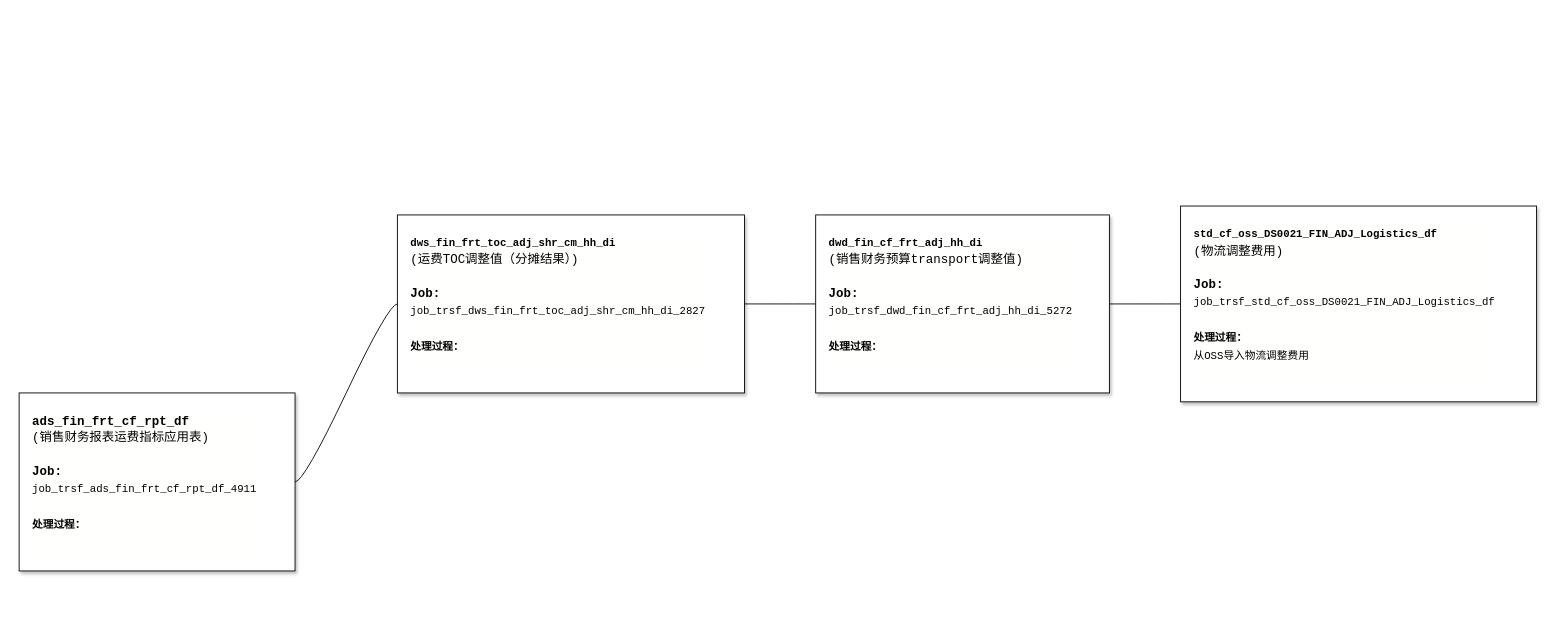
The draw.io diagram vitasoy-fin-frt.drawio in fsJerryChan/fsJerryChan, before the edit. Source tidied: cells renumbered, new cells numbered last; positions are measured from the earlier drawing's top-left corner, leaving out a move shared by most shapes. Both pictures are drawn from the tidied source at 89%, with x=0, y=0 at pixel (19, 206).
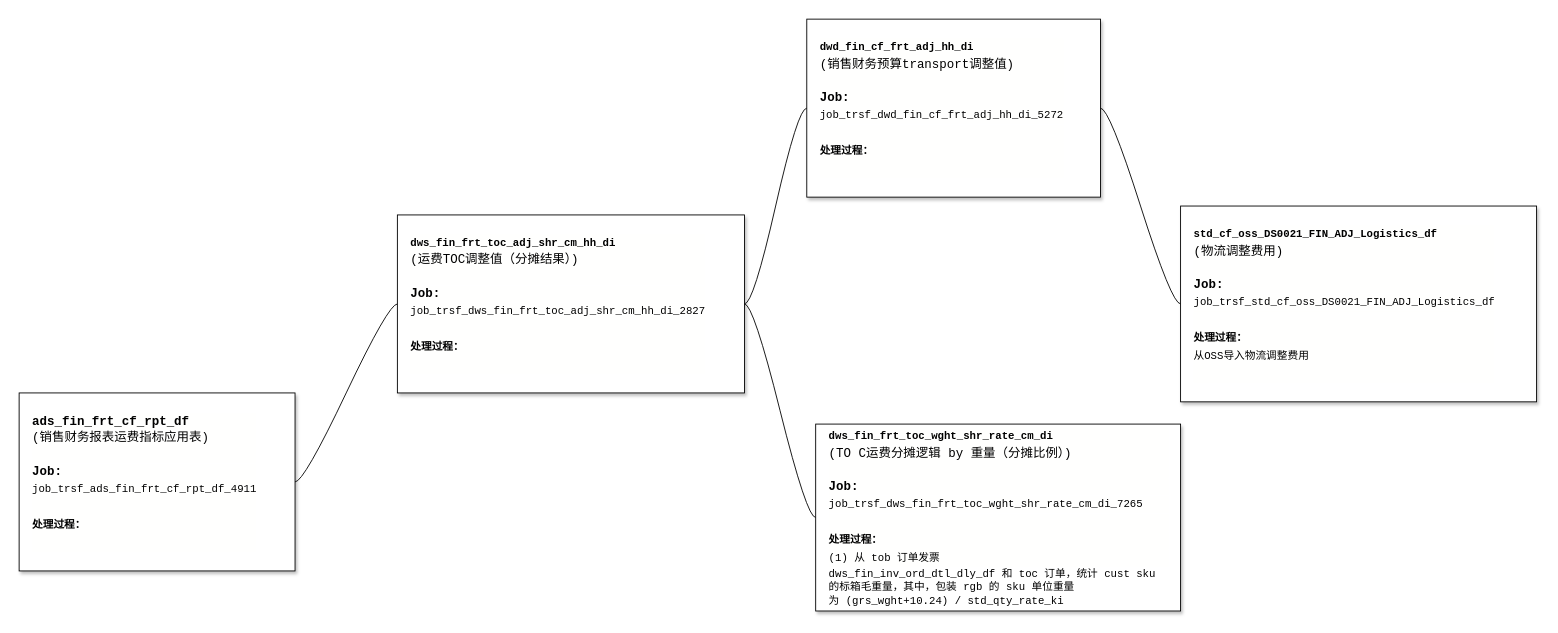
The same diagram, later.

Change to the diagram source:
```diff
@@
 <mxGraphModel>
   <root>
     <mxCell id="0" />
     <mxCell id="1" parent="0" />
     <mxCell id="2" style="edgeStyle=entityRelationEdgeStyle;rounded=0;jettySize=auto;html=1;startArrow=none;endArrow=none;segment=10;curved=1;sourcePerimeterSpacing=0;targetPerimeterSpacing=0;" parent="1" edge="1" source="3" target="5">
       <mxGeometry relative="1" as="geometry" />
     </mxCell>
     <mxCell id="3" value="&lt;div style=&quot;background-color: rgb(255, 255, 254); font-family: Consolas, &amp;quot;Courier New&amp;quot;, monospace; font-size: 14px; line-height: 19px;&quot;&gt;&lt;b&gt;ads_fin_frt_cf_rpt_df&lt;/b&gt;&lt;/div&gt;&lt;div style=&quot;background-color: rgb(255, 255, 254); font-family: Consolas, &amp;quot;Courier New&amp;quot;, monospace; font-size: 14px; line-height: 19px;&quot;&gt;(销售财务报表运费指标应用表)&lt;/div&gt;&lt;div style=&quot;background-color: rgb(255, 255, 254); font-family: Consolas, &amp;quot;Courier New&amp;quot;, monospace; font-size: 14px; line-height: 19px;&quot;&gt;&lt;br&gt;&lt;/div&gt;&lt;div style=&quot;background-color: rgb(255, 255, 254); font-family: Consolas, &amp;quot;Courier New&amp;quot;, monospace; font-size: 14px; line-height: 19px;&quot;&gt;&lt;b&gt;Job:&lt;/b&gt;&lt;/div&gt;&lt;div style=&quot;background-color: rgb(255, 255, 254); line-height: 19px;&quot;&gt;&lt;font face=&quot;Consolas, Courier New, monospace&quot;&gt;job_trsf_ads_fin_frt_cf_rpt_df_4911&lt;/font&gt;&lt;br&gt;&lt;/div&gt;&lt;div style=&quot;background-color: rgb(255, 255, 254); line-height: 19px;&quot;&gt;&lt;font face=&quot;Consolas, Courier New, monospace&quot;&gt;&lt;br&gt;&lt;/font&gt;&lt;/div&gt;&lt;div style=&quot;background-color: rgb(255, 255, 254); line-height: 19px;&quot;&gt;&lt;font face=&quot;Consolas, Courier New, monospace&quot;&gt;&lt;b&gt;处理过程：&lt;/b&gt;&lt;/font&gt;&lt;/div&gt;&lt;div style=&quot;background-color: rgb(255, 255, 254); line-height: 19px;&quot;&gt;&lt;font face=&quot;Consolas, Courier New, monospace&quot;&gt;&lt;br&gt;&lt;/font&gt;&lt;/div&gt;" style="whiteSpace=wrap;html=1;rounded=0;arcSize=50;align=left;verticalAlign=middle;strokeWidth=1;spacing=15;newEdgeStyle={&quot;edgeStyle&quot;:&quot;entityRelationEdgeStyle&quot;,&quot;startArrow&quot;:&quot;none&quot;,&quot;endArrow&quot;:&quot;none&quot;,&quot;segment&quot;:10,&quot;curved&quot;:1,&quot;sourcePerimeterSpacing&quot;:0,&quot;targetPerimeterSpacing&quot;:0};shadow=1;" parent="1" vertex="1">
       <mxGeometry y="210" width="310" height="200" as="geometry" />
     </mxCell>
     <mxCell id="4" style="edgeStyle=entityRelationEdgeStyle;rounded=0;jettySize=auto;html=1;startArrow=none;endArrow=none;segment=10;curved=1;sourcePerimeterSpacing=0;targetPerimeterSpacing=0;" parent="1" edge="1" source="5" target="7">
       <mxGeometry relative="1" as="geometry" />
     </mxCell>
+    <mxCell id="9" style="edgeStyle=entityRelationEdgeStyle;rounded=0;jettySize=auto;html=1;startArrow=none;endArrow=none;segment=10;curved=1;sourcePerimeterSpacing=0;targetPerimeterSpacing=0;" parent="1" edge="1" source="5" target="10">
+      <mxGeometry relative="1" as="geometry" />
+    </mxCell>
     <mxCell id="5" value="&lt;div style=&quot;background-color: rgb(255, 255, 254); line-height: 19px;&quot;&gt;&lt;font face=&quot;Consolas, Courier New, monospace&quot;&gt;&lt;b&gt;dws_fin_frt_toc_adj_shr_cm_hh_di&lt;/b&gt;&lt;/font&gt;&lt;br&gt;&lt;/div&gt;&lt;div style=&quot;background-color: rgb(255, 255, 254); font-family: Consolas, &amp;quot;Courier New&amp;quot;, monospace; font-size: 14px; line-height: 19px;&quot;&gt;(运费TOC调整值（分摊结果）)&lt;/div&gt;&lt;div style=&quot;background-color: rgb(255, 255, 254); font-family: Consolas, &amp;quot;Courier New&amp;quot;, monospace; font-size: 14px; line-height: 19px;&quot;&gt;&lt;br&gt;&lt;/div&gt;&lt;div style=&quot;background-color: rgb(255, 255, 254); font-family: Consolas, &amp;quot;Courier New&amp;quot;, monospace; font-size: 14px; line-height: 19px;&quot;&gt;&lt;b&gt;Job:&lt;/b&gt;&lt;/div&gt;&lt;div style=&quot;background-color: rgb(255, 255, 254); line-height: 19px;&quot;&gt;&lt;font face=&quot;Consolas, Courier New, monospace&quot;&gt;job_trsf_dws_fin_frt_toc_adj_shr_cm_hh_di_2827&lt;/font&gt;&lt;br&gt;&lt;/div&gt;&lt;div style=&quot;background-color: rgb(255, 255, 254); line-height: 19px;&quot;&gt;&lt;font face=&quot;Consolas, Courier New, monospace&quot;&gt;&lt;br&gt;&lt;/font&gt;&lt;/div&gt;&lt;div style=&quot;background-color: rgb(255, 255, 254); line-height: 19px;&quot;&gt;&lt;font face=&quot;Consolas, Courier New, monospace&quot;&gt;&lt;b&gt;处理过程：&lt;/b&gt;&lt;/font&gt;&lt;/div&gt;&lt;div style=&quot;background-color: rgb(255, 255, 254); line-height: 19px;&quot;&gt;&lt;font face=&quot;Consolas, Courier New, monospace&quot;&gt;&lt;br&gt;&lt;/font&gt;&lt;/div&gt;" style="whiteSpace=wrap;html=1;rounded=0;arcSize=50;align=left;verticalAlign=middle;strokeWidth=1;spacing=15;newEdgeStyle={&quot;edgeStyle&quot;:&quot;entityRelationEdgeStyle&quot;,&quot;startArrow&quot;:&quot;none&quot;,&quot;endArrow&quot;:&quot;none&quot;,&quot;segment&quot;:10,&quot;curved&quot;:1,&quot;sourcePerimeterSpacing&quot;:0,&quot;targetPerimeterSpacing&quot;:0};shadow=1;" parent="1" vertex="1">
       <mxGeometry x="425" y="10" width="390" height="200" as="geometry" />
     </mxCell>
     <mxCell id="6" style="edgeStyle=entityRelationEdgeStyle;rounded=0;jettySize=auto;html=1;startArrow=none;endArrow=none;segment=10;curved=1;sourcePerimeterSpacing=0;targetPerimeterSpacing=0;" parent="1" edge="1" source="7" target="8">
       <mxGeometry relative="1" as="geometry" />
     </mxCell>
     <mxCell id="7" value="&lt;div style=&quot;background-color: rgb(255, 255, 254); line-height: 19px;&quot;&gt;&lt;font face=&quot;Consolas, Courier New, monospace&quot;&gt;&lt;b&gt;dwd_fin_cf_frt_adj_hh_di&lt;/b&gt;&lt;/font&gt;&lt;br&gt;&lt;/div&gt;&lt;div style=&quot;background-color: rgb(255, 255, 254); font-family: Consolas, &amp;quot;Courier New&amp;quot;, monospace; font-size: 14px; line-height: 19px;&quot;&gt;(销售财务预算transport调整值)&lt;/div&gt;&lt;div style=&quot;background-color: rgb(255, 255, 254); font-family: Consolas, &amp;quot;Courier New&amp;quot;, monospace; font-size: 14px; line-height: 19px;&quot;&gt;&lt;br&gt;&lt;/div&gt;&lt;div style=&quot;background-color: rgb(255, 255, 254); font-family: Consolas, &amp;quot;Courier New&amp;quot;, monospace; font-size: 14px; line-height: 19px;&quot;&gt;&lt;b&gt;Job:&lt;/b&gt;&lt;/div&gt;&lt;div style=&quot;background-color: rgb(255, 255, 254); line-height: 19px;&quot;&gt;&lt;font face=&quot;Consolas, Courier New, monospace&quot;&gt;job_trsf_dwd_fin_cf_frt_adj_hh_di_5272&lt;/font&gt;&lt;br&gt;&lt;/div&gt;&lt;div style=&quot;background-color: rgb(255, 255, 254); line-height: 19px;&quot;&gt;&lt;font face=&quot;Consolas, Courier New, monospace&quot;&gt;&lt;br&gt;&lt;/font&gt;&lt;/div&gt;&lt;div style=&quot;background-color: rgb(255, 255, 254); line-height: 19px;&quot;&gt;&lt;font face=&quot;Consolas, Courier New, monospace&quot;&gt;&lt;b&gt;处理过程：&lt;/b&gt;&lt;/font&gt;&lt;/div&gt;&lt;div style=&quot;background-color: rgb(255, 255, 254); line-height: 19px;&quot;&gt;&lt;font face=&quot;Consolas, Courier New, monospace&quot;&gt;&lt;br&gt;&lt;/font&gt;&lt;/div&gt;" style="whiteSpace=wrap;html=1;rounded=0;arcSize=50;align=left;verticalAlign=middle;strokeWidth=1;spacing=15;newEdgeStyle={&quot;edgeStyle&quot;:&quot;entityRelationEdgeStyle&quot;,&quot;startArrow&quot;:&quot;none&quot;,&quot;endArrow&quot;:&quot;none&quot;,&quot;segment&quot;:10,&quot;curved&quot;:1,&quot;sourcePerimeterSpacing&quot;:0,&quot;targetPerimeterSpacing&quot;:0};shadow=1;" parent="1" vertex="1">
-      <mxGeometry x="895" y="10" width="330" height="200" as="geometry" />
+      <mxGeometry x="885" y="-210" width="330" height="200" as="geometry" />
     </mxCell>
     <mxCell id="8" value="&lt;div style=&quot;background-color: rgb(255, 255, 254); line-height: 19px;&quot;&gt;&lt;font face=&quot;Consolas, Courier New, monospace&quot;&gt;&lt;b&gt;std_cf_oss_DS0021_FIN_ADJ_Logistics_df&lt;/b&gt;&lt;/font&gt;&lt;br&gt;&lt;/div&gt;&lt;div style=&quot;background-color: rgb(255, 255, 254); font-family: Consolas, &amp;quot;Courier New&amp;quot;, monospace; font-size: 14px; line-height: 19px;&quot;&gt;(物流调整费用)&lt;/div&gt;&lt;div style=&quot;background-color: rgb(255, 255, 254); font-family: Consolas, &amp;quot;Courier New&amp;quot;, monospace; font-size: 14px; line-height: 19px;&quot;&gt;&lt;br&gt;&lt;/div&gt;&lt;div style=&quot;background-color: rgb(255, 255, 254); font-family: Consolas, &amp;quot;Courier New&amp;quot;, monospace; font-size: 14px; line-height: 19px;&quot;&gt;&lt;b&gt;Job:&lt;/b&gt;&lt;/div&gt;&lt;div style=&quot;background-color: rgb(255, 255, 254); line-height: 19px;&quot;&gt;&lt;font face=&quot;Consolas, Courier New, monospace&quot;&gt;job_trsf_std_cf_oss_DS0021_FIN_ADJ_Logistics_df&lt;/font&gt;&lt;br&gt;&lt;/div&gt;&lt;div style=&quot;background-color: rgb(255, 255, 254); line-height: 19px;&quot;&gt;&lt;font face=&quot;Consolas, Courier New, monospace&quot;&gt;&lt;br&gt;&lt;/font&gt;&lt;/div&gt;&lt;div style=&quot;background-color: rgb(255, 255, 254); line-height: 19px;&quot;&gt;&lt;font face=&quot;Consolas, Courier New, monospace&quot;&gt;&lt;b&gt;处理过程：&lt;/b&gt;&lt;/font&gt;&lt;/div&gt;&lt;div style=&quot;background-color: rgb(255, 255, 254); line-height: 19px;&quot;&gt;&lt;font face=&quot;Consolas, Courier New, monospace&quot;&gt;从OSS导入物流调整费用&lt;/font&gt;&lt;/div&gt;&lt;div style=&quot;background-color: rgb(255, 255, 254); line-height: 19px;&quot;&gt;&lt;font face=&quot;Consolas, Courier New, monospace&quot;&gt;&lt;br&gt;&lt;/font&gt;&lt;/div&gt;" style="whiteSpace=wrap;html=1;rounded=0;arcSize=50;align=left;verticalAlign=middle;strokeWidth=1;spacing=15;newEdgeStyle={&quot;edgeStyle&quot;:&quot;entityRelationEdgeStyle&quot;,&quot;startArrow&quot;:&quot;none&quot;,&quot;endArrow&quot;:&quot;none&quot;,&quot;segment&quot;:10,&quot;curved&quot;:1,&quot;sourcePerimeterSpacing&quot;:0,&quot;targetPerimeterSpacing&quot;:0};shadow=1;" parent="1" vertex="1">
       <mxGeometry x="1305" width="400" height="220" as="geometry" />
     </mxCell>
+    <mxCell id="10" value="&lt;div style=&quot;background-color: rgb(255, 255, 254); line-height: 19px;&quot;&gt;&lt;font face=&quot;Consolas, Courier New, monospace&quot;&gt;&lt;b&gt;dws_fin_frt_toc_wght_shr_rate_cm_di&lt;/b&gt;&lt;/font&gt;&lt;br&gt;&lt;/div&gt;&lt;div style=&quot;background-color: rgb(255, 255, 254); font-family: Consolas, &amp;quot;Courier New&amp;quot;, monospace; font-size: 14px; line-height: 19px;&quot;&gt;(TO C运费分摊逻辑 by 重量（分摊比例）)&lt;/div&gt;&lt;div style=&quot;background-color: rgb(255, 255, 254); font-family: Consolas, &amp;quot;Courier New&amp;quot;, monospace; font-size: 14px; line-height: 19px;&quot;&gt;&lt;br&gt;&lt;/div&gt;&lt;div style=&quot;background-color: rgb(255, 255, 254); font-family: Consolas, &amp;quot;Courier New&amp;quot;, monospace; font-size: 14px; line-height: 19px;&quot;&gt;&lt;b&gt;Job:&lt;/b&gt;&lt;/div&gt;&lt;div style=&quot;background-color: rgb(255, 255, 254); line-height: 19px;&quot;&gt;&lt;font face=&quot;Consolas, Courier New, monospace&quot;&gt;job_trsf_dws_fin_frt_toc_wght_shr_rate_cm_di_7265&lt;/font&gt;&lt;br&gt;&lt;/div&gt;&lt;div style=&quot;background-color: rgb(255, 255, 254); line-height: 19px;&quot;&gt;&lt;font face=&quot;Consolas, Courier New, monospace&quot;&gt;&lt;br&gt;&lt;/font&gt;&lt;/div&gt;&lt;div style=&quot;background-color: rgb(255, 255, 254); line-height: 19px;&quot;&gt;&lt;font face=&quot;Consolas, Courier New, monospace&quot;&gt;&lt;b&gt;处理过程：&lt;/b&gt;&lt;/font&gt;&lt;/div&gt;&lt;div style=&quot;background-color: rgb(255, 255, 254); line-height: 19px;&quot;&gt;&lt;font face=&quot;Consolas, Courier New, monospace&quot;&gt;(1) 从 tob 订单发票&amp;nbsp;&lt;/font&gt;&lt;/div&gt;&lt;font face=&quot;Consolas, Courier New, monospace&quot;&gt;dws_fin_inv_ord_dtl_dly_df 和 toc 订单，统计 cust sku 的标箱毛重量，其中，包装 rgb 的 sku 单位重量为&amp;nbsp;(grs_wght+10.24) / std_qty_rate_ki&lt;/font&gt;" style="whiteSpace=wrap;html=1;rounded=0;arcSize=50;align=left;verticalAlign=middle;strokeWidth=1;spacing=15;newEdgeStyle={&quot;edgeStyle&quot;:&quot;entityRelationEdgeStyle&quot;,&quot;startArrow&quot;:&quot;none&quot;,&quot;endArrow&quot;:&quot;none&quot;,&quot;segment&quot;:10,&quot;curved&quot;:1,&quot;sourcePerimeterSpacing&quot;:0,&quot;targetPerimeterSpacing&quot;:0};shadow=1;" parent="1" vertex="1">
+      <mxGeometry x="895" y="245" width="410" height="210" as="geometry" />
+    </mxCell>
   </root>
 </mxGraphModel>
```
